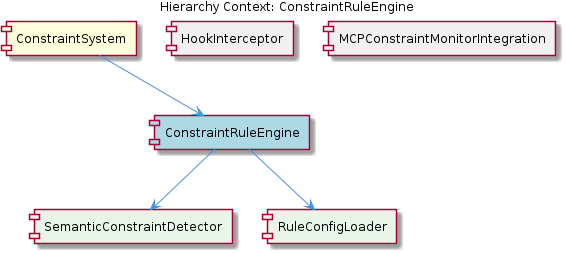
Above: knowledge-management/insights/images/constraint-rule-engine-relationship.png in fwornle/coding (PlantUML), before the change. Its source is kept beside it as .data/knowledge-graph/insights/puml/constraint-rule-engine-relationship.puml. Its diagram source:
```plantuml
@startuml
!include _standard-style.puml

title Hierarchy Context: ConstraintRuleEngine

[ConstraintSystem] as constraint_system #FFFFDD
[ConstraintRuleEngine] as constraint_rule_engine #LightBlue
[HookInterceptor] as hook_interceptor #F0F0F0
[MCPConstraintMonitorIntegration] as mcpconstraint_monitor_integration #F0F0F0
[SemanticConstraintDetector] as semantic_constraint_detector #E8F5E8
[RuleConfigLoader] as rule_config_loader #E8F5E8

constraint_system --> constraint_rule_engine
hook_interceptor -[hidden]- constraint_rule_engine
mcpconstraint_monitor_integration -[hidden]- constraint_rule_engine
constraint_rule_engine --> semantic_constraint_detector
constraint_rule_engine --> rule_config_loader

@enduml
```
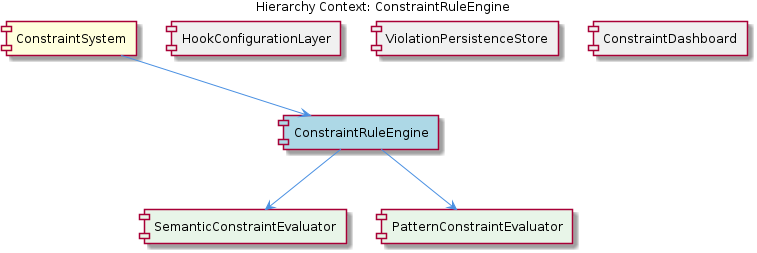
The same file after the commit.

The edit, as a diff of the source:
```diff
@@ -5,15 +5,17 @@
 
 [ConstraintSystem] as constraint_system #FFFFDD
 [ConstraintRuleEngine] as constraint_rule_engine #LightBlue
-[HookInterceptor] as hook_interceptor #F0F0F0
-[MCPConstraintMonitorIntegration] as mcpconstraint_monitor_integration #F0F0F0
-[SemanticConstraintDetector] as semantic_constraint_detector #E8F5E8
-[RuleConfigLoader] as rule_config_loader #E8F5E8
+[HookConfigurationLayer] as hook_configuration_layer #F0F0F0
+[ViolationPersistenceStore] as violation_persistence_store #F0F0F0
+[ConstraintDashboard] as constraint_dashboard #F0F0F0
+[SemanticConstraintEvaluator] as semantic_constraint_evaluator #E8F5E8
+[PatternConstraintEvaluator] as pattern_constraint_evaluator #E8F5E8
 
 constraint_system --> constraint_rule_engine
-hook_interceptor -[hidden]- constraint_rule_engine
-mcpconstraint_monitor_integration -[hidden]- constraint_rule_engine
-constraint_rule_engine --> semantic_constraint_detector
-constraint_rule_engine --> rule_config_loader
+hook_configuration_layer -[hidden]- constraint_rule_engine
+violation_persistence_store -[hidden]- constraint_rule_engine
+constraint_dashboard -[hidden]- constraint_rule_engine
+constraint_rule_engine --> semantic_constraint_evaluator
+constraint_rule_engine --> pattern_constraint_evaluator
 
 @enduml
```
